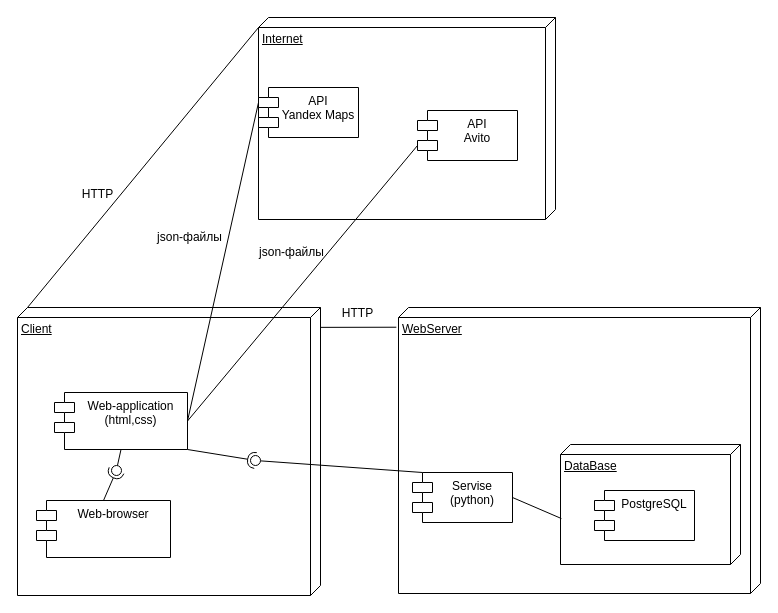
This is Диаграмма компонентов.drawio from elmirhismatov/Diplom, a draw.io file, before an edit. Source tidied: cells renumbered, new cells numbered last; positions are measured from the earlier drawing's top-left corner, leaving out a move shared by most shapes. Both pictures are drawn from the tidied source at 100%, with x=0, y=0 at pixel (17, 17).
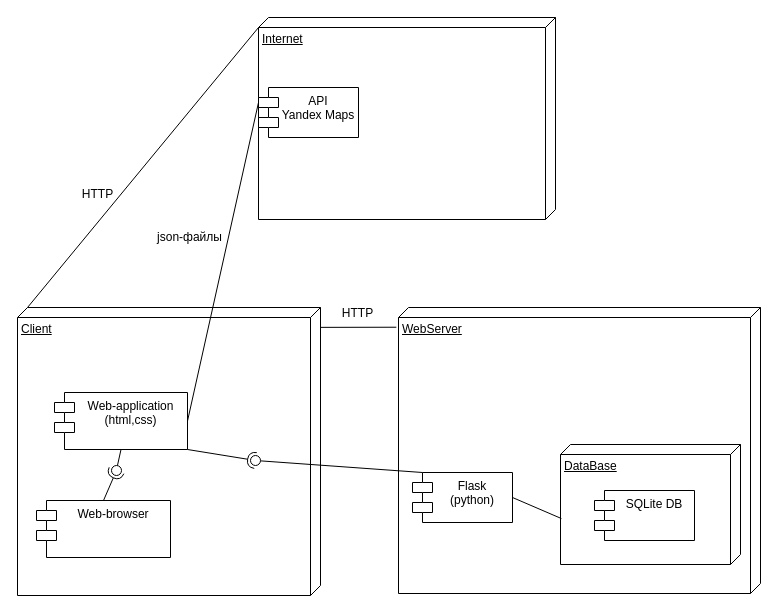
The same diagram, later.

The change refers to these unchanged cells:
```xml
<mxCell id="3" value="Web-application&lt;br&gt;(html,css)" style="shape=module;align=left;spacingLeft=20;align=center;verticalAlign=top;whiteSpace=wrap;html=1;" parent="1" vertex="1">
  <mxGeometry x="37" y="375" width="133" height="57" as="geometry" />
</mxCell>
```

The edit, as a diff of the source:
```diff
@@
-    <mxCell id="10" value="PostgreSQL" style="shape=module;align=left;spacingLeft=20;align=center;verticalAlign=top;whiteSpace=wrap;html=1;" parent="1" vertex="1">
+    <mxCell id="10" value="SQLite DB" style="shape=module;align=left;spacingLeft=20;align=center;verticalAlign=top;whiteSpace=wrap;html=1;" parent="1" vertex="1">
       <mxGeometry x="577" y="473" width="100" height="50" as="geometry" />
     </mxCell>
-    <mxCell id="11" value="Servise&lt;br&gt;(python)" style="shape=module;align=left;spacingLeft=20;align=center;verticalAlign=top;whiteSpace=wrap;html=1;" parent="1" vertex="1">
+    <mxCell id="11" value="Flask&lt;br&gt;(python)" style="shape=module;align=left;spacingLeft=20;align=center;verticalAlign=top;whiteSpace=wrap;html=1;" parent="1" vertex="1">
       <mxGeometry x="395" y="455" width="100" height="50" as="geometry" />
     </mxCell>
@@
-    <mxCell id="21" value="API&lt;br&gt;Avito" style="shape=module;align=left;spacingLeft=20;align=center;verticalAlign=top;whiteSpace=wrap;html=1;" parent="1" vertex="1">
-      <mxGeometry x="400" y="93" width="100" height="50" as="geometry" />
-    </mxCell>
-    <mxCell id="22" style="endArrow=none;html=1;rounded=0;exitX=1;exitY=0.5;exitDx=0;exitDy=0;entryX=0;entryY=0;entryDx=0;entryDy=35;entryPerimeter=0;" parent="1" edge="1" source="3" target="21">
-      <mxGeometry relative="1" as="geometry" />
-    </mxCell>
-    <mxCell id="23" value="json-файлы" style="text;html=1;align=center;verticalAlign=middle;strokeColor=none;fillColor=none;" parent="1" vertex="1">
-      <mxGeometry x="232" y="222" width="83" height="26" as="geometry" />
-    </mxCell>
```
